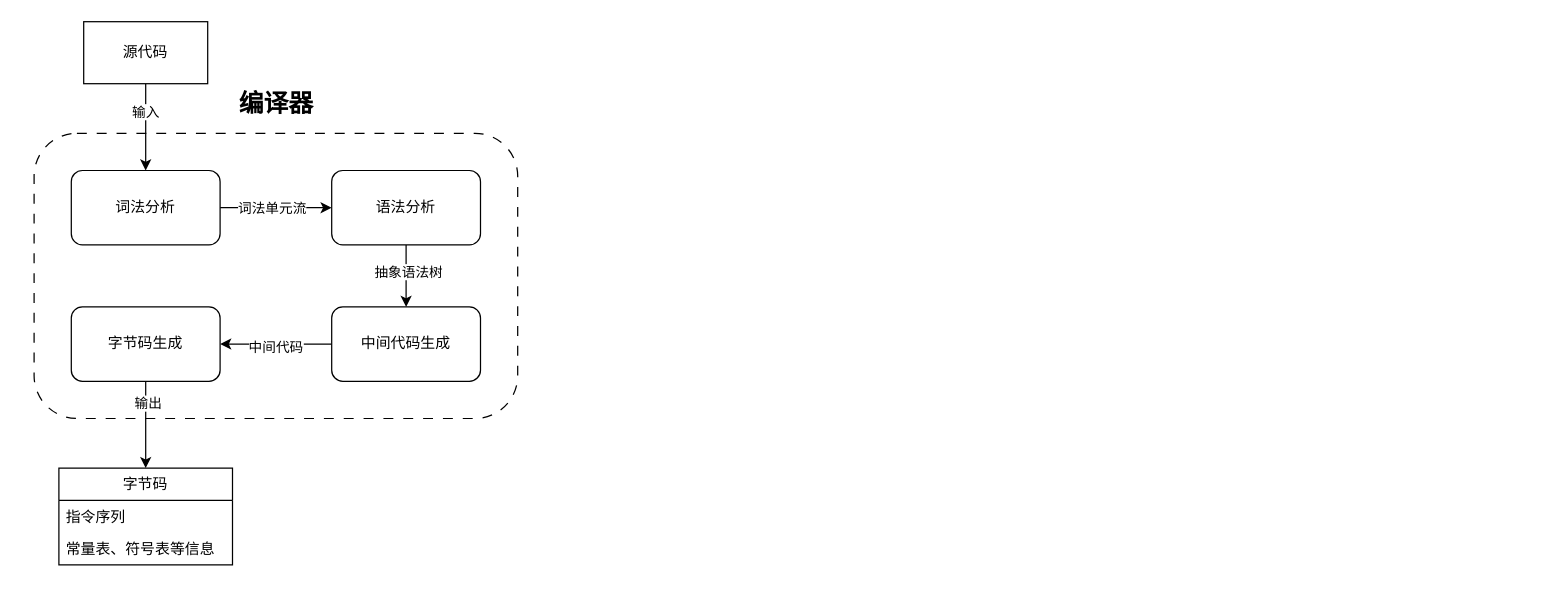
Above: doc/编译器架构.drawio in nyml2003/tensorslow (draw.io), before the change. Source tidied: cells renumbered, new cells numbered last; positions are measured from the earlier drawing's top-left corner, leaving out a move shared by most shapes. Both pictures are drawn from the tidied source at 124%, with x=0, y=0 at pixel (33, 21).
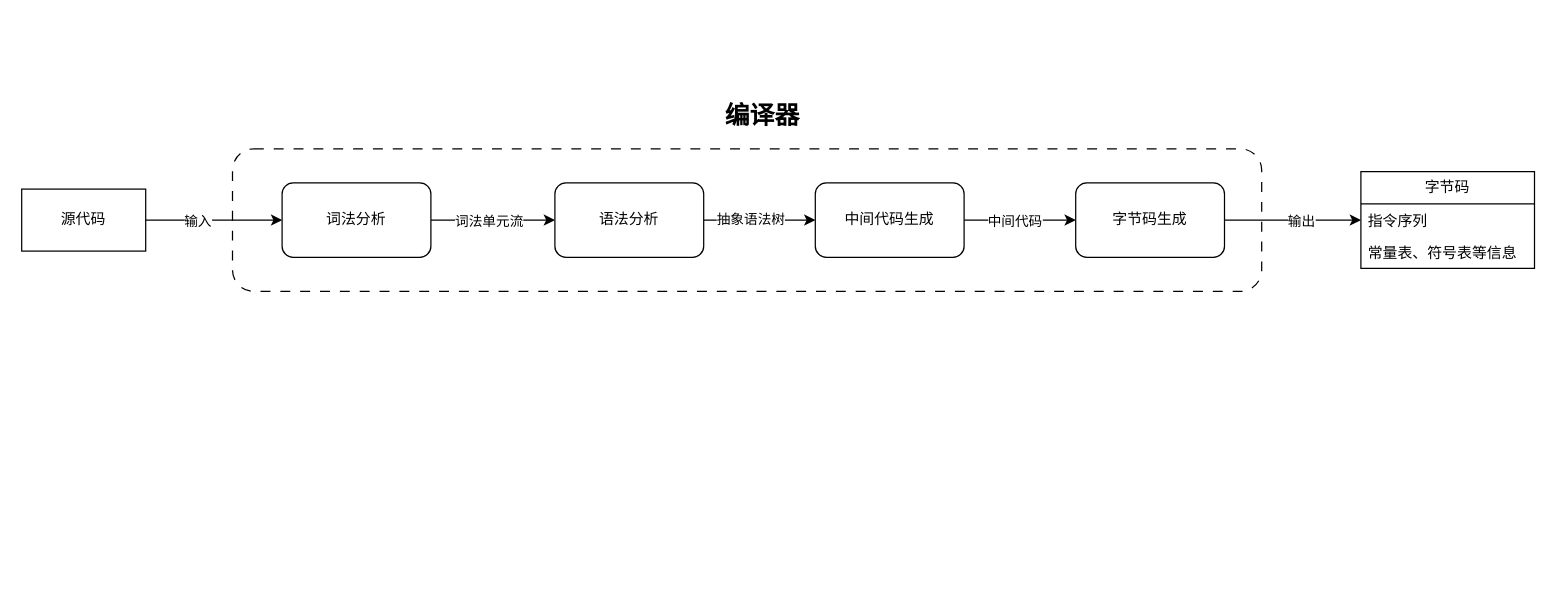
Above is the later version.

Change to the diagram source:
```diff
@@
     <mxCell id="2" style="rounded=1;whiteSpace=wrap;html=1;dashed=1;dashPattern=8 8;" parent="1" vertex="1">
-      <mxGeometry y="90" width="390" height="230" as="geometry" />
+      <mxGeometry x="160" y="102.5" width="830" height="115" as="geometry" />
     </mxCell>
-    <mxCell id="3" style="edgeStyle=orthogonalEdgeStyle;rounded=0;jettySize=auto;html=1;exitX=0.5;exitY=1;exitDx=0;exitDy=0;entryX=0.5;entryY=0;entryDx=0;entryDy=0;" parent="1" edge="1" source="5" target="8">
+    <mxCell id="3" style="edgeStyle=orthogonalEdgeStyle;rounded=0;jettySize=auto;html=1;exitX=1;exitY=0.5;exitDx=0;exitDy=0;entryX=0;entryY=0.5;entryDx=0;entryDy=0;" parent="1" edge="1" source="5" target="8">
       <mxGeometry relative="1" as="geometry" />
     </mxCell>
     <mxCell id="4" value="输入" style="edgeLabel;html=1;align=center;verticalAlign=middle;" parent="3" vertex="1">
       <mxGeometry x="-0.45" y="-1" relative="1" as="geometry">
-        <mxPoint y="3" as="offset" />
+        <mxPoint x="11" y="-1" as="offset" />
       </mxGeometry>
     </mxCell>
     <mxCell id="5" value="源代码" style="rounded=0;whiteSpace=wrap;html=1;" parent="1" vertex="1">
-      <mxGeometry x="40" width="100" height="50" as="geometry" />
+      <mxGeometry x="-10" y="135" width="100" height="50" as="geometry" />
     </mxCell>
@@
     <mxCell id="8" value="词法分析" style="rounded=1;whiteSpace=wrap;html=1;" parent="1" vertex="1">
-      <mxGeometry x="30" y="120" width="120" height="60" as="geometry" />
+      <mxGeometry x="200" y="130" width="120" height="60" as="geometry" />
     </mxCell>
-    <mxCell id="9" style="edgeStyle=orthogonalEdgeStyle;rounded=0;jettySize=auto;html=1;exitX=0.5;exitY=1;exitDx=0;exitDy=0;" parent="1" edge="1" source="11" target="14">
+    <mxCell id="9" style="edgeStyle=orthogonalEdgeStyle;rounded=0;jettySize=auto;html=1;exitX=1;exitY=0.5;exitDx=0;exitDy=0;entryX=0;entryY=0.5;entryDx=0;entryDy=0;" parent="1" edge="1" source="11" target="14">
       <mxGeometry relative="1" as="geometry" />
     </mxCell>
@@
     <mxCell id="11" value="语法分析" style="rounded=1;whiteSpace=wrap;html=1;" parent="1" vertex="1">
-      <mxGeometry x="240" y="120" width="120" height="60" as="geometry" />
+      <mxGeometry x="420" y="130" width="120" height="60" as="geometry" />
     </mxCell>
-    <mxCell id="12" style="edgeStyle=orthogonalEdgeStyle;rounded=0;jettySize=auto;html=1;exitX=0;exitY=0.5;exitDx=0;exitDy=0;entryX=1;entryY=0.5;entryDx=0;entryDy=0;" parent="1" edge="1" source="14" target="17">
+    <mxCell id="12" style="edgeStyle=orthogonalEdgeStyle;rounded=0;jettySize=auto;html=1;exitX=1;exitY=0.5;exitDx=0;exitDy=0;entryX=0;entryY=0.5;entryDx=0;entryDy=0;" parent="1" edge="1" source="14" target="17">
       <mxGeometry relative="1" as="geometry" />
     </mxCell>
     <mxCell id="13" value="中间代码" style="edgeLabel;html=1;align=center;verticalAlign=middle;" parent="12" vertex="1">
-      <mxGeometry x="0.03" y="2" relative="1" as="geometry" />
+      <mxGeometry x="0.03" y="2" relative="1" as="geometry">
+        <mxPoint x="-6" y="2" as="offset" />
+      </mxGeometry>
     </mxCell>
     <mxCell id="14" value="中间代码生成" style="rounded=1;whiteSpace=wrap;html=1;" parent="1" vertex="1">
-      <mxGeometry x="240" y="230" width="120" height="60" as="geometry" />
+      <mxGeometry x="630" y="130" width="120" height="60" as="geometry" />
     </mxCell>
-    <mxCell id="15" style="edgeStyle=orthogonalEdgeStyle;rounded=0;jettySize=auto;html=1;entryX=0.5;entryY=0;entryDx=0;entryDy=0;" parent="1" edge="1" target="19">
-      <mxGeometry relative="1" as="geometry">
-        <mxPoint x="90" y="290" as="sourcePoint" />
-        <Array as="points">
-          <mxPoint x="90" y="320" />
-          <mxPoint x="90" y="320" />
-        </Array>
-      </mxGeometry>
+    <mxCell id="15" style="edgeStyle=orthogonalEdgeStyle;rounded=0;jettySize=auto;html=1;exitX=1;exitY=0.5;exitDx=0;exitDy=0;" parent="1" edge="1" source="17" target="19">
+      <mxGeometry relative="1" as="geometry" />
     </mxCell>
     <mxCell id="16" value="输出" style="edgeLabel;html=1;align=center;verticalAlign=middle;" parent="15" vertex="1">
       <mxGeometry x="-0.17" y="1" relative="1" as="geometry">
-        <mxPoint y="-12" as="offset" />
+        <mxPoint x="15" y="1" as="offset" />
       </mxGeometry>
     </mxCell>
     <mxCell id="17" value="字节码生成" style="rounded=1;whiteSpace=wrap;html=1;" parent="1" vertex="1">
-      <mxGeometry x="30" y="230" width="120" height="60" as="geometry" />
+      <mxGeometry x="840" y="130" width="120" height="60" as="geometry" />
     </mxCell>
     <mxCell id="18" value="编译器" style="text;html=1;align=center;verticalAlign=middle;whiteSpace=wrap;rounded=0;fontStyle=1;fontSize=20;" parent="1" vertex="1">
-      <mxGeometry x="152.5" y="50" width="85" height="30" as="geometry" />
+      <mxGeometry x="545" y="60" width="85" height="30" as="geometry" />
     </mxCell>
     <mxCell id="19" value="字节码" style="swimlane;fontStyle=0;horizontal=1;startSize=26;fillColor=none;whiteSpace=wrap;html=1;" parent="1" vertex="1">
-      <mxGeometry x="20" y="360" width="140" height="78" as="geometry" />
+      <mxGeometry x="1070" y="121" width="140" height="78" as="geometry" />
     </mxCell>
```
